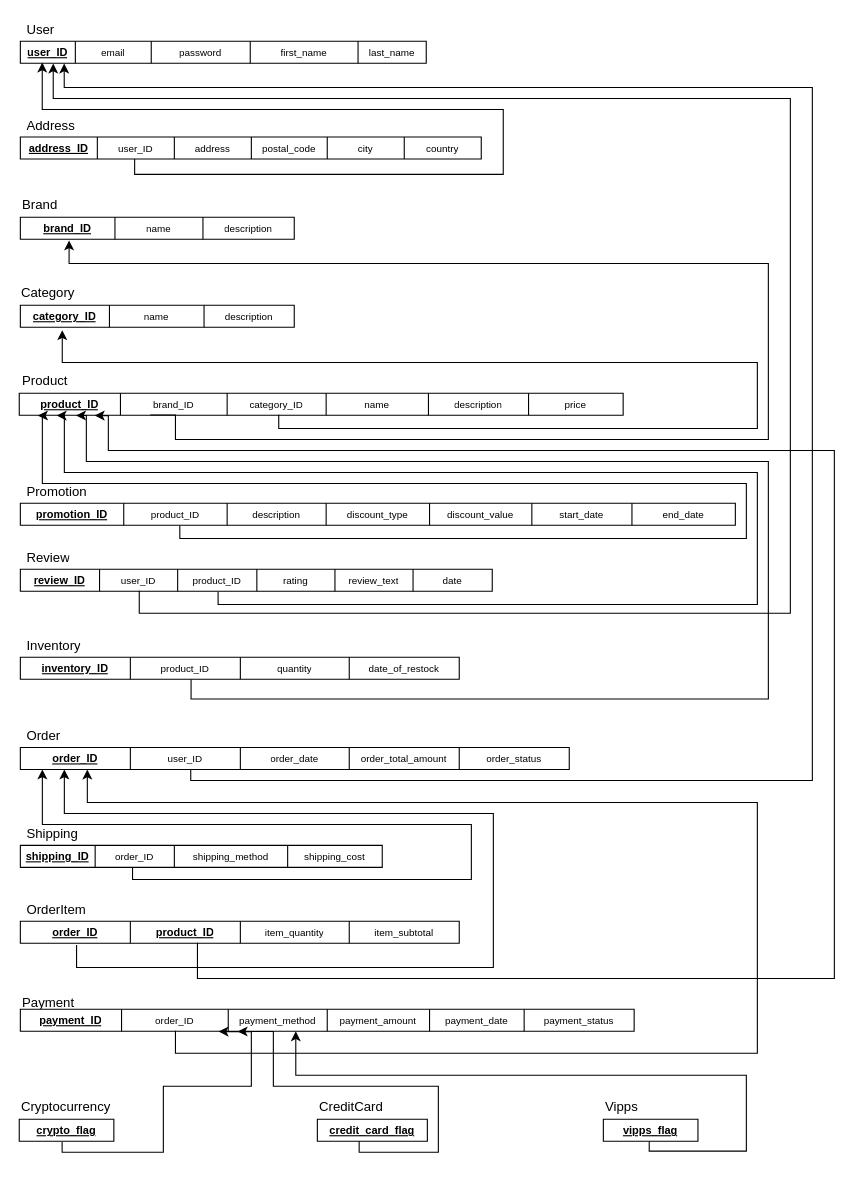
The draw.io diagram page "Relational schema" (6 of 8) of electromart/database-models/ER_models_final.drawio in emilkle/electromart-ecom-website, before the edit. Source tidied: cells renumbered, new cells numbered last; positions are measured from the earlier drawing's top-left corner, leaving out a move shared by most shapes. Both pictures are drawn from the tidied source at 110%, with x=0, y=0 at pixel (19, 19).
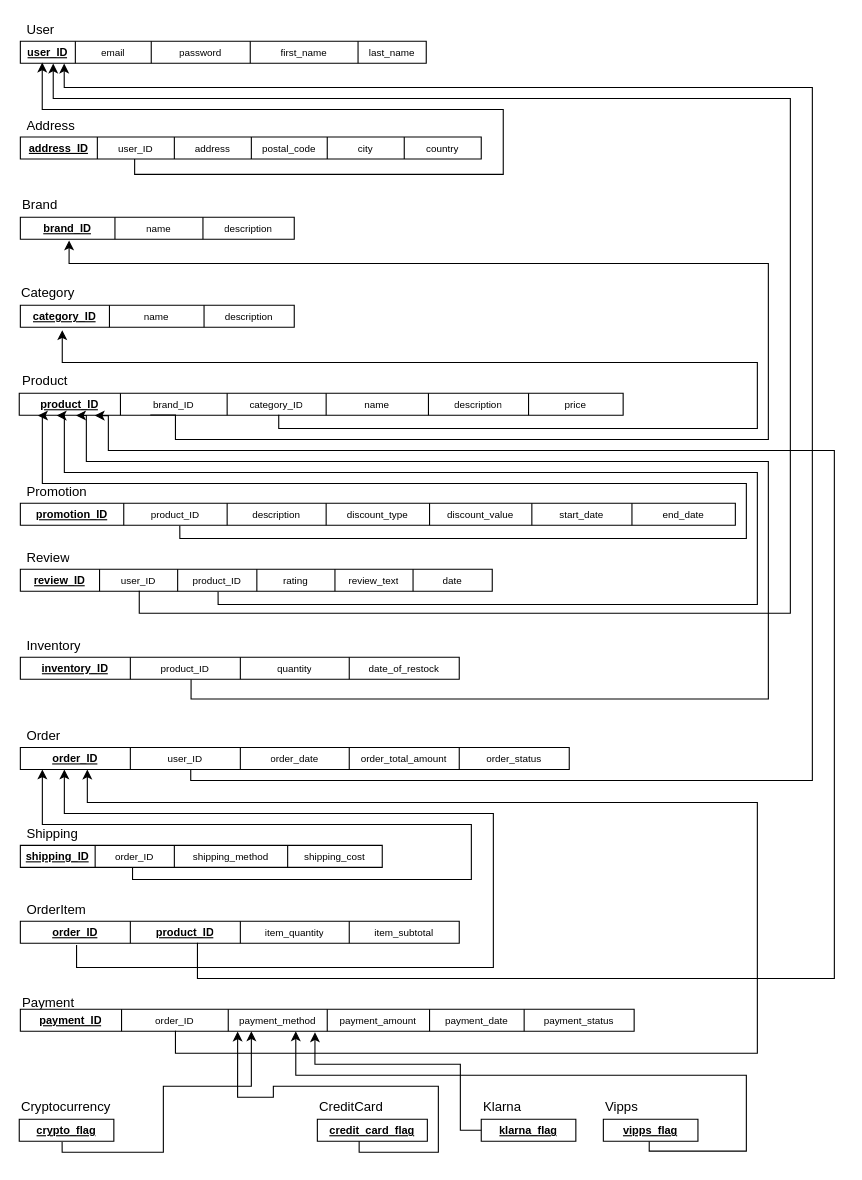
The same page after the edit.

The change refers to these unchanged cells:
```xml
<mxCell id="76" style="shape=tableRow;horizontal=0;startSize=0;swimlaneHead=0;swimlaneBody=0;top=0;left=0;bottom=0;right=0;fillColor=none;points=[[0,0.5],[1,0.5]];portConstraint=eastwest;" parent="75" vertex="1">
  <mxGeometry width="558" height="20" as="geometry" />
</mxCell>
<mxCell id="110" style="shape=tableRow;horizontal=0;startSize=0;swimlaneHead=0;swimlaneBody=0;top=0;left=0;bottom=0;right=0;fillColor=none;points=[[0,0.5],[1,0.5]];portConstraint=eastwest;" parent="109" vertex="1">
  <mxGeometry width="86" height="20" as="geometry" />
</mxCell>
```

Change to the diagram source:
```diff
@@
     <mxCell id="121" style="edgeStyle=orthogonalEdgeStyle;rounded=0;jettySize=auto;html=1;fontSize=10;entryX=0.354;entryY=1.011;entryDx=0;entryDy=0;entryPerimeter=0;" parent="1" edge="1" target="76">
       <mxGeometry relative="1" as="geometry">
         <mxPoint x="309" y="1020" as="sourcePoint" />
         <Array as="points">
           <mxPoint x="309" y="1030" />
           <mxPoint x="381" y="1030" />
           <mxPoint x="381" y="970" />
           <mxPoint x="231" y="970" />
-          <mxPoint x="231" y="920" />
+          <mxPoint x="231" y="980" />
+          <mxPoint x="199" y="980" />
         </Array>
       </mxGeometry>
     </mxCell>
@@
-    <mxCell id="123" style="edgeStyle=orthogonalEdgeStyle;rounded=0;jettySize=auto;html=1;fontSize=10;entryX=0.323;entryY=1.015;entryDx=0;entryDy=0;entryPerimeter=0;exitX=0.453;exitY=1.037;exitDx=0;exitDy=0;exitPerimeter=0;" parent="1" edge="1" source="110" target="76">
+    <mxCell id="123" style="edgeStyle=orthogonalEdgeStyle;rounded=0;jettySize=auto;html=1;fontSize=10;exitX=0.453;exitY=1.037;exitDx=0;exitDy=0;exitPerimeter=0;" parent="1" edge="1" source="110">
       <mxGeometry relative="1" as="geometry">
+        <mxPoint x="211" y="920" as="targetPoint" />
         <Array as="points">
           <mxPoint x="39" y="1030" />
           <mxPoint x="131" y="1030" />
           <mxPoint x="131" y="970" />
           <mxPoint x="211" y="970" />
-          <mxPoint x="211" y="930" />
-          <mxPoint x="211" y="930" />
+          <mxPoint x="211" y="950" />
         </Array>
       </mxGeometry>
     </mxCell>
+    <mxCell id="124" style="shape=table;html=1;whiteSpace=wrap;startSize=0;childLayout=tableLayout;" parent="1" vertex="1">
+      <mxGeometry x="420" y="1000" width="86" height="20" as="geometry" />
+    </mxCell>
+    <mxCell id="125" style="shape=tableRow;horizontal=0;startSize=0;swimlaneHead=0;swimlaneBody=0;top=0;left=0;bottom=0;right=0;fillColor=none;points=[[0,0.5],[1,0.5]];portConstraint=eastwest;" parent="124" vertex="1">
+      <mxGeometry width="86" height="20" as="geometry" />
+    </mxCell>
+    <mxCell id="126" value="&lt;font size=&quot;1&quot; style=&quot;&quot;&gt;&lt;u style=&quot;&quot;&gt;&lt;b style=&quot;&quot;&gt;klarna_flag&lt;/b&gt;&lt;/u&gt;&lt;/font&gt;" style="shape=partialRectangle;html=1;whiteSpace=wrap;fillColor=none;top=0;left=0;bottom=0;right=0;overflow=hidden;" parent="125" vertex="1">
+      <mxGeometry width="86" height="20" as="geometry" />
+    </mxCell>
+    <mxCell id="127" value="&lt;font style=&quot;font-weight: normal; font-size: 12px;&quot;&gt;Klarna&lt;/font&gt;" style="text;strokeColor=none;fillColor=none;html=1;fontSize=24;fontStyle=1;verticalAlign=middle;align=left;" parent="1" vertex="1">
+      <mxGeometry x="420" y="970" width="100" height="30" as="geometry" />
+    </mxCell>
+    <mxCell id="128" style="edgeStyle=segmentEdgeStyle;endArrow=classic;html=1;rounded=0;exitX=0;exitY=0.5;exitDx=0;exitDy=0;entryX=0.48;entryY=1.05;entryDx=0;entryDy=0;entryPerimeter=0;" parent="1" edge="1" source="125" target="76">
+      <mxGeometry relative="1" as="geometry">
+        <Array as="points">
+          <mxPoint x="401" y="1010" />
+          <mxPoint x="401" y="950" />
+          <mxPoint x="269" y="950" />
+        </Array>
+      </mxGeometry>
+    </mxCell>
```
